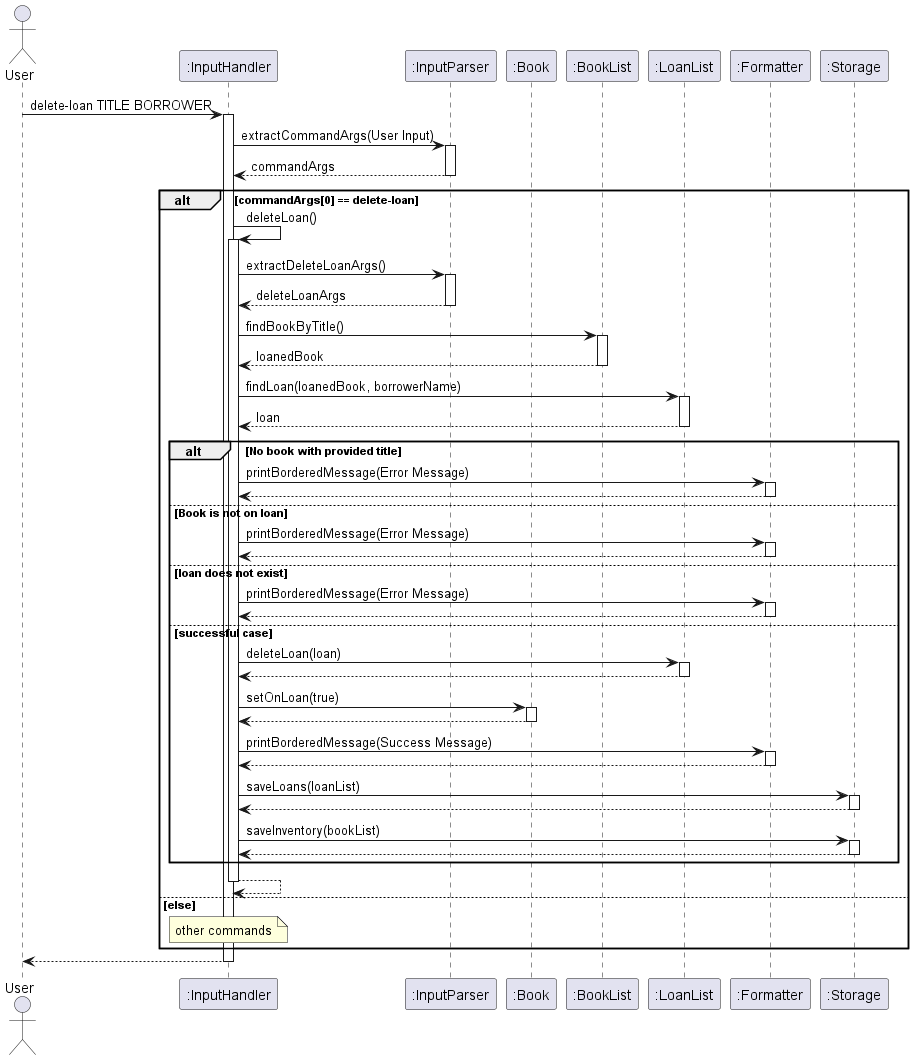
Earlier version of the PlantUML export docs/images/deleteLoan.png (AY2425S2-CS2113-T12-2/tp). The source it was exported from:
```plantuml
@startuml
autoactivate on
actor User
participant InputHandler as ":InputHandler"
participant InputParser as ":InputParser"
participant Book as ":Book"
participant BookList as ":BookList"
participant LoanList as ":LoanList"
participant Formatter as ":Formatter"
participant Storage as ":Storage"
User -> InputHandler : delete-loan TITLE BORROWER
    InputHandler -> InputParser : extractCommandArgs(User Input)
    return commandArgs
alt commandArgs[0] == delete-loan
    InputHandler -> InputHandler : deleteLoan()
    InputHandler -> InputParser : extractDeleteLoanArgs()
    return deleteLoanArgs
    InputHandler -> BookList : findBookByTitle()
    return loanedBook
    InputHandler -> LoanList : findLoan(loanedBook, borrowerName)
    return loan

    alt No book with provided title
        InputHandler -> Formatter : printBorderedMessage(Error Message)
        return
    else Book is not on loan
        InputHandler -> Formatter : printBorderedMessage(Error Message)
        return
    else loan does not exist
        InputHandler -> Formatter : printBorderedMessage(Error Message)
        return
    else successful case
        InputHandler -> LoanList : deleteLoan(loan)
        return
        InputHandler -> Book : setOnLoan(true)
        return
        InputHandler -> Formatter : printBorderedMessage(Success Message)
        return
        InputHandler -> Storage : saveLoans(loanList)
        return
        InputHandler -> Storage : saveInventory(bookList)
        return
    end
    return

else else
    note over InputHandler : other commands
end
return
@enduml
```
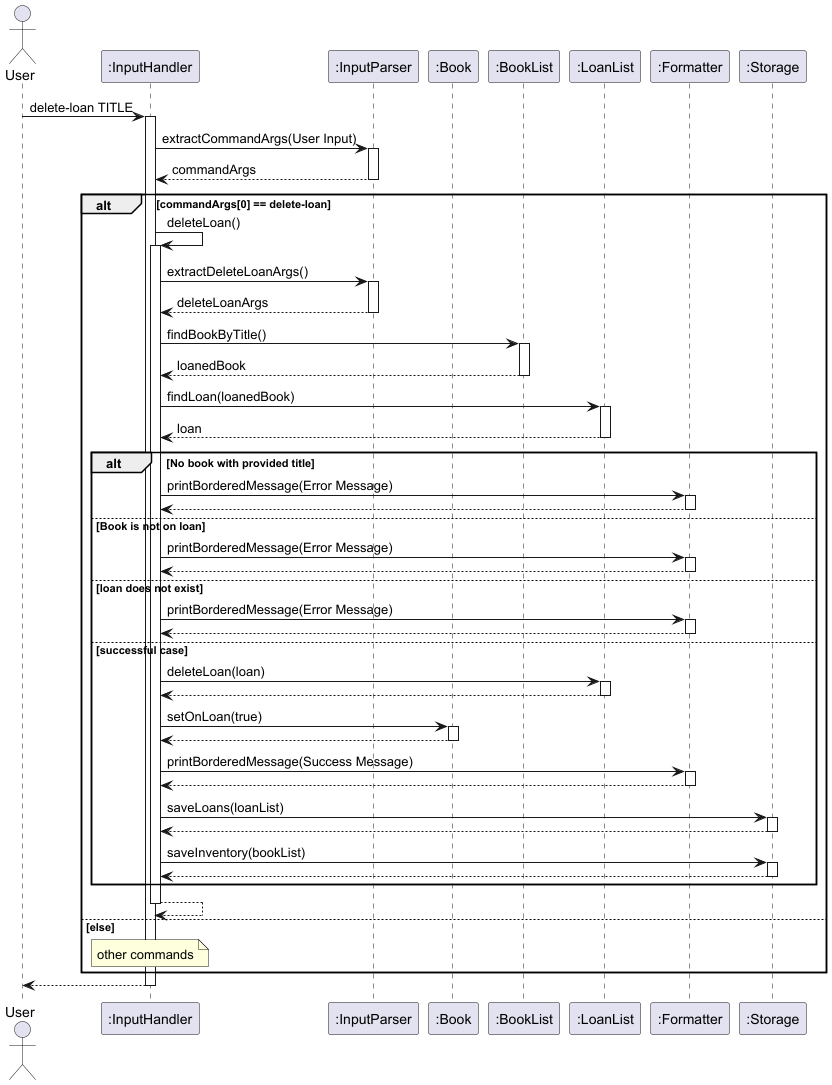
After the commit.

Diff of the diagram source:
```diff
@@ -8,7 +8,7 @@
 participant LoanList as ":LoanList"
 participant Formatter as ":Formatter"
 participant Storage as ":Storage"
-User -> InputHandler : delete-loan TITLE BORROWER
+User -> InputHandler : delete-loan TITLE
     InputHandler -> InputParser : extractCommandArgs(User Input)
     return commandArgs
 alt commandArgs[0] == delete-loan
@@ -17,7 +17,7 @@
     return deleteLoanArgs
     InputHandler -> BookList : findBookByTitle()
     return loanedBook
-    InputHandler -> LoanList : findLoan(loanedBook, borrowerName)
+    InputHandler -> LoanList : findLoan(loanedBook)
     return loan
 
     alt No book with provided title
```
